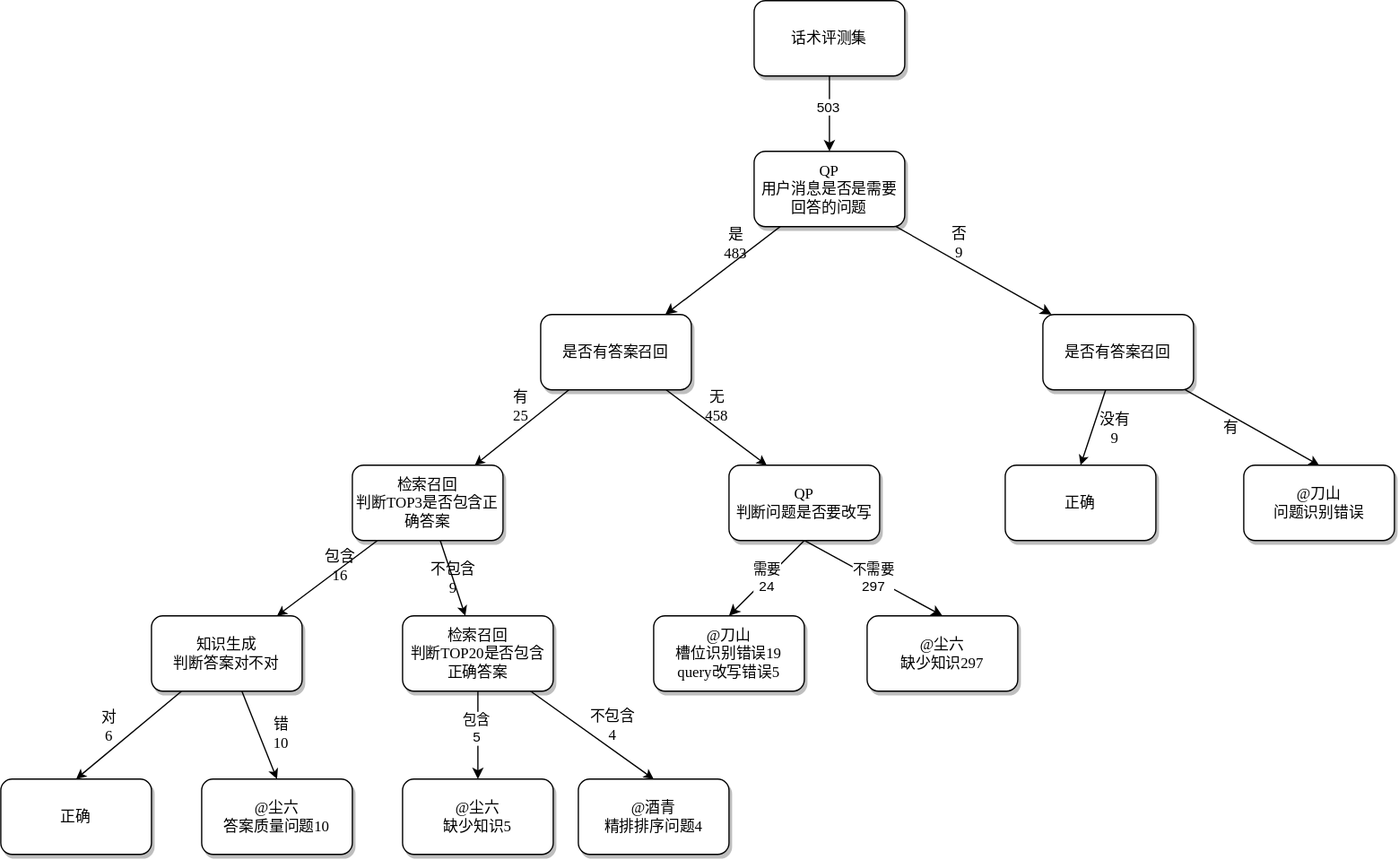
Earlier version of the draw.io export src/main/resources/未命名绘图.drawio.svg (gcaiwl/fundtest). Source tidied: cells renumbered, new cells last; positions are measured from the earlier drawing's top-left corner, leaving out a move shared by most shapes.
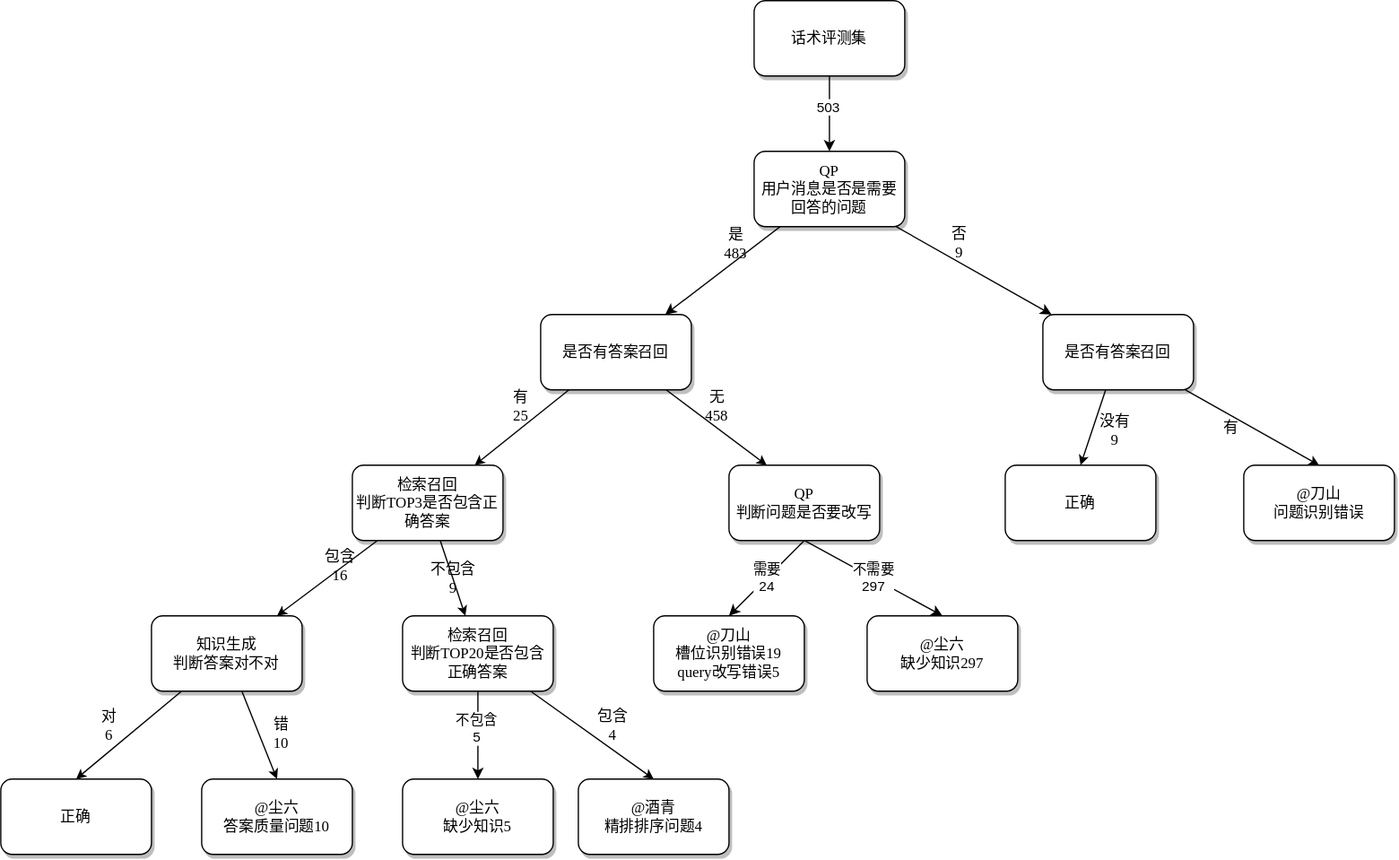
After the change.

Commit message:
更新未命名绘图.drawio.svg

Change to the diagram source:
```diff
@@ -29,7 +29,7 @@
     <mxCell id="10" style="edgeStyle=orthogonalEdgeStyle;rounded=0;jettySize=auto;html=1;exitX=0.5;exitY=1;exitDx=0;exitDy=0;entryX=0.5;entryY=0;entryDx=0;entryDy=0;" parent="1" edge="1" source="12" target="34">
       <mxGeometry relative="1" as="geometry" />
     </mxCell>
-    <mxCell id="11" value="包含&lt;br&gt;5" style="edgeLabel;html=1;align=center;verticalAlign=middle;" parent="10" vertex="1">
+    <mxCell id="11" value="不包含&lt;br&gt;5" style="edgeLabel;html=1;align=center;verticalAlign=middle;" parent="10" vertex="1">
       <mxGeometry x="-0.16" y="-1" relative="1" as="geometry" />
     </mxCell>
     <mxCell id="12" value="检索召回&lt;br&gt;判断TOP20是否包含正确答案" style="whiteSpace=wrap;html=1;rounded=1;shadow=1;labelBackgroundColor=none;strokeWidth=1;fontFamily=Verdana;fontSize=12;align=center;" parent="1" vertex="1">
@@ -59,7 +59,7 @@
     <mxCell id="20" value="错&lt;br&gt;10" style="rounded=0;html=1;labelBackgroundColor=none;startArrow=none;startFill=0;startSize=5;endArrow=classic;endFill=1;endSize=5;jettySize=auto;strokeWidth=1;fontFamily=Verdana;fontSize=12;entryX=0.5;entryY=0;entryDx=0;entryDy=0;" parent="1" edge="1" source="9" target="28">
       <mxGeometry x="0.14" y="16" relative="1" as="geometry" />
     </mxCell>
-    <mxCell id="21" value="不包含&lt;br&gt;4" style="rounded=0;html=1;labelBackgroundColor=none;startArrow=none;startFill=0;startSize=5;endArrow=classic;endFill=1;endSize=5;jettySize=auto;strokeWidth=1;fontFamily=Verdana;fontSize=12;entryX=0.5;entryY=0;entryDx=0;entryDy=0;" parent="1" edge="1" source="12" target="29">
+    <mxCell id="21" value="包含&lt;br&gt;4" style="rounded=0;html=1;labelBackgroundColor=none;startArrow=none;startFill=0;startSize=5;endArrow=classic;endFill=1;endSize=5;jettySize=auto;strokeWidth=1;fontFamily=Verdana;fontSize=12;entryX=0.5;entryY=0;entryDx=0;entryDy=0;" parent="1" edge="1" source="12" target="29">
       <mxGeometry x="0.14" y="16" relative="1" as="geometry" />
     </mxCell>
     <mxCell id="22" value="&lt;span&gt;@刀山&lt;br&gt;问题识别错误&lt;br&gt;&lt;/span&gt;" style="whiteSpace=wrap;html=1;rounded=1;shadow=1;labelBackgroundColor=none;strokeWidth=1;fontFamily=Verdana;fontSize=12;align=center;" parent="1" vertex="1">
```
